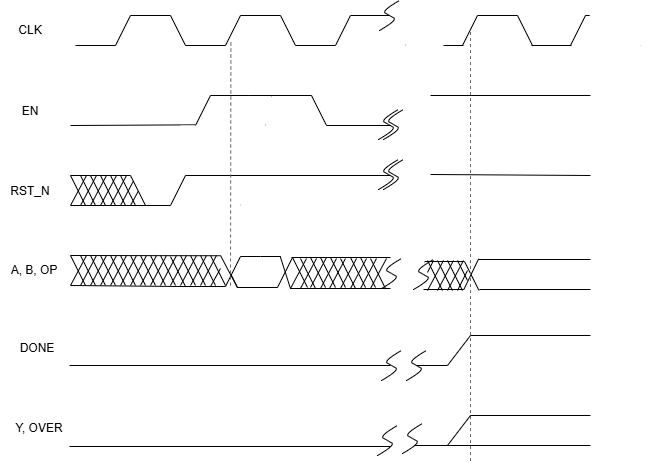
The draw.io diagram Documentation/Diagrams/timing_diagram.png in MF-ECE2028/Project-ALU, before a commit. Source tidied: cells renumbered, new cells last; positions are measured from the earlier drawing's top-left corner, leaving out a move shared by most shapes.
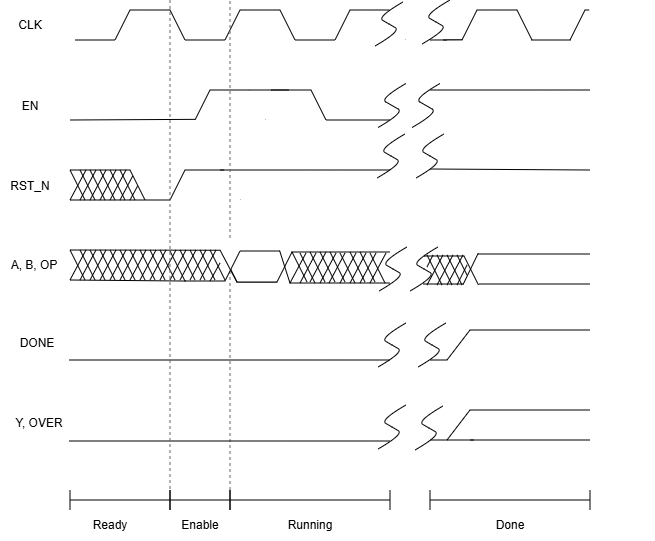
Later version of the same file.

Commit message:
add timing labels

Diff of the diagram source:
```diff
@@ -2,6 +2,33 @@
   <root>
     <mxCell id="0" />
     <mxCell id="1" parent="0" />
+    <mxCell id="67" style="group;rotation=-180;" parent="1" vertex="1">
+      <mxGeometry x="320" y="15" width="100" height="41" as="geometry" />
+    </mxCell>
+    <mxCell id="68" style="group;rotation=-360;" parent="67" vertex="1">
+      <mxGeometry width="100" height="41" as="geometry" />
+    </mxCell>
+    <mxCell id="69" style="shape=trapezoid;perimeter=trapezoidPerimeter;whiteSpace=wrap;html=1;fixedSize=1;rotation=-360;" parent="68" vertex="1">
+      <mxGeometry x="10" width="80" height="40" as="geometry" />
+    </mxCell>
+    <mxCell id="70" style="rounded=0;whiteSpace=wrap;html=1;strokeColor=none;rotation=-360;" parent="68" vertex="1">
+      <mxGeometry y="30" width="100" height="11" as="geometry" />
+    </mxCell>
+    <mxCell id="71" style="endArrow=none;html=1;rounded=0;" parent="68" edge="1">
+      <mxGeometry relative="1" as="geometry">
+        <mxPoint x="123" y="30" as="sourcePoint" />
+        <mxPoint x="143" y="30" as="targetPoint" />
+      </mxGeometry>
+    </mxCell>
+    <mxCell id="72" style="rounded=0;whiteSpace=wrap;html=1;strokeColor=none;rotation=-90;" parent="67" vertex="1">
+      <mxGeometry x="61" y="6" width="32.5" height="16" as="geometry" />
+    </mxCell>
+    <mxCell id="188" style="endArrow=none;html=1;rounded=0;edgeStyle=isometricEdgeStyle;curved=1;" parent="67" edge="1">
+      <mxGeometry relative="1" as="geometry">
+        <mxPoint x="55" y="36" as="sourcePoint" />
+        <mxPoint x="83" y="-8" as="targetPoint" />
+      </mxGeometry>
+    </mxCell>
     <mxCell id="2" style="group;" parent="1" vertex="1">
       <mxGeometry x="397" y="246" width="193" height="65" as="geometry" />
     </mxCell>
@@ -100,6 +127,18 @@
         <mxPoint x="39" y="4" as="targetPoint" />
       </mxGeometry>
     </mxCell>
+    <mxCell id="189" style="endArrow=none;html=1;rounded=0;edgeStyle=isometricEdgeStyle;curved=1;" parent="4" edge="1">
+      <mxGeometry relative="1" as="geometry">
+        <mxPoint x="16" y="40" as="sourcePoint" />
+        <mxPoint x="44" y="-4" as="targetPoint" />
+      </mxGeometry>
+    </mxCell>
+    <mxCell id="190" style="endArrow=none;html=1;rounded=0;edgeStyle=isometricEdgeStyle;curved=1;" parent="4" edge="1">
+      <mxGeometry relative="1" as="geometry">
+        <mxPoint x="-15" y="40" as="sourcePoint" />
+        <mxPoint x="13" y="-4" as="targetPoint" />
+      </mxGeometry>
+    </mxCell>
     <mxCell id="22" style="group;" parent="1" vertex="1">
       <mxGeometry x="210" y="246" width="100" height="51" as="geometry" />
     </mxCell>
@@ -281,33 +320,6 @@
         <mxPoint x="124" y="30" as="targetPoint" />
       </mxGeometry>
     </mxCell>
-    <mxCell id="66" style="endArrow=none;dashed=1;html=1;rounded=0;entryX=0.204;entryY=-0.507;entryDx=0;entryDy=0;entryPerimeter=0;strokeColor=light-dark(#686464, #ededed);" parent="62" edge="1">
-      <mxGeometry relative="1" as="geometry">
-        <mxPoint x="23" y="445.6" as="sourcePoint" />
-        <mxPoint x="23" y="13" as="targetPoint" />
-      </mxGeometry>
-    </mxCell>
-    <mxCell id="67" style="group;rotation=-180;" parent="1" vertex="1">
-      <mxGeometry x="320" y="15" width="100" height="41" as="geometry" />
-    </mxCell>
-    <mxCell id="68" style="group;rotation=-360;" parent="67" vertex="1">
-      <mxGeometry width="100" height="41" as="geometry" />
-    </mxCell>
-    <mxCell id="69" style="shape=trapezoid;perimeter=trapezoidPerimeter;whiteSpace=wrap;html=1;fixedSize=1;rotation=-360;" parent="68" vertex="1">
-      <mxGeometry x="10" width="80" height="40" as="geometry" />
-    </mxCell>
-    <mxCell id="70" style="rounded=0;whiteSpace=wrap;html=1;strokeColor=none;rotation=-360;" parent="68" vertex="1">
-      <mxGeometry y="30" width="100" height="11" as="geometry" />
-    </mxCell>
-    <mxCell id="71" style="endArrow=none;html=1;rounded=0;" parent="68" edge="1">
-      <mxGeometry relative="1" as="geometry">
-        <mxPoint x="123" y="30" as="sourcePoint" />
-        <mxPoint x="143" y="30" as="targetPoint" />
-      </mxGeometry>
-    </mxCell>
-    <mxCell id="72" style="rounded=0;whiteSpace=wrap;html=1;strokeColor=none;rotation=-90;" parent="67" vertex="1">
-      <mxGeometry x="61" y="6" width="32.5" height="16" as="geometry" />
-    </mxCell>
     <mxCell id="73" style="group;" parent="1" vertex="1">
       <mxGeometry x="210" y="15" width="100" height="41" as="geometry" />
     </mxCell>
@@ -344,12 +356,6 @@
         <mxPoint x="115" y="45" as="targetPoint" />
       </mxGeometry>
     </mxCell>
-    <mxCell id="82" style="endArrow=none;html=1;rounded=0;edgeStyle=isometricEdgeStyle;curved=1;" parent="1" edge="1">
-      <mxGeometry relative="1" as="geometry">
-        <mxPoint x="379" y="30" as="sourcePoint" />
-        <mxPoint x="399" as="targetPoint" />
-      </mxGeometry>
-    </mxCell>
     <mxCell id="83" value="CLK" style="text;html=1;whiteSpace=wrap;strokeColor=none;fillColor=none;align=center;verticalAlign=middle;rounded=0;" parent="1" vertex="1">
       <mxGeometry y="15" width="60" height="30" as="geometry" />
     </mxCell>
@@ -379,16 +385,10 @@
         <mxPoint x="109" as="targetPoint" />
       </mxGeometry>
     </mxCell>
-    <mxCell id="91" style="endArrow=none;html=1;rounded=0;edgeStyle=isometricEdgeStyle;curved=1;" parent="1" edge="1">
-      <mxGeometry relative="1" as="geometry">
-        <mxPoint x="378" y="139" as="sourcePoint" />
-        <mxPoint x="398" y="109" as="targetPoint" />
-      </mxGeometry>
-    </mxCell>
     <mxCell id="92" style="endArrow=none;html=1;rounded=0;edgeStyle=isometricEdgeStyle;curved=1;" parent="1" edge="1">
       <mxGeometry relative="1" as="geometry">
-        <mxPoint x="383" y="139" as="sourcePoint" />
-        <mxPoint x="403" y="109" as="targetPoint" />
+        <mxPoint x="412" y="132.5" as="sourcePoint" />
+        <mxPoint x="440" y="88.5" as="targetPoint" />
       </mxGeometry>
     </mxCell>
     <mxCell id="93" style="endArrow=none;html=1;rounded=0;" parent="1" edge="1">
@@ -406,18 +406,6 @@
         <mxPoint x="170" y="205" as="targetPoint" />
       </mxGeometry>
     </mxCell>
-    <mxCell id="96" style="endArrow=none;html=1;rounded=0;edgeStyle=isometricEdgeStyle;curved=1;" parent="1" edge="1">
-      <mxGeometry relative="1" as="geometry">
-        <mxPoint x="378" y="189" as="sourcePoint" />
-        <mxPoint x="398" y="159" as="targetPoint" />
-      </mxGeometry>
-    </mxCell>
-    <mxCell id="97" style="endArrow=none;html=1;rounded=0;edgeStyle=isometricEdgeStyle;curved=1;" parent="1" edge="1">
-      <mxGeometry relative="1" as="geometry">
-        <mxPoint x="383" y="189" as="sourcePoint" />
-        <mxPoint x="403" y="159" as="targetPoint" />
-      </mxGeometry>
-    </mxCell>
     <mxCell id="98" style="endArrow=none;html=1;rounded=0;" parent="1" edge="1">
       <mxGeometry relative="1" as="geometry">
         <mxPoint x="430" y="174" as="sourcePoint" />
@@ -498,6 +486,12 @@
         <mxPoint x="100" y="41" as="targetPoint" />
       </mxGeometry>
     </mxCell>
+    <mxCell id="191" style="endArrow=none;dashed=1;html=1;rounded=0;strokeColor=light-dark(#686464, #ededed);" parent="108" edge="1">
+      <mxGeometry relative="1" as="geometry">
+        <mxPoint x="23" y="249" as="sourcePoint" />
+        <mxPoint x="23" y="-240" as="targetPoint" />
+      </mxGeometry>
+    </mxCell>
     <mxCell id="118" style="shape=trapezoid;perimeter=trapezoidPerimeter;whiteSpace=wrap;html=1;fixedSize=1;rotation=-180;" parent="102" vertex="1">
       <mxGeometry x="10" y="1" width="80" height="40" as="geometry" />
     </mxCell>
@@ -592,18 +586,6 @@
         <mxPoint x="70" y="255" as="sourcePoint" />
       </mxGeometry>
     </mxCell>
-    <mxCell id="135" style="endArrow=none;html=1;rounded=0;edgeStyle=isometricEdgeStyle;curved=1;" parent="1" edge="1">
-      <mxGeometry relative="1" as="geometry">
-        <mxPoint x="381" y="288" as="sourcePoint" />
-        <mxPoint x="401" y="258" as="targetPoint" />
-      </mxGeometry>
-    </mxCell>
-    <mxCell id="136" style="endArrow=none;html=1;rounded=0;edgeStyle=isometricEdgeStyle;curved=1;" parent="1" edge="1">
-      <mxGeometry relative="1" as="geometry">
-        <mxPoint x="413" y="289" as="sourcePoint" />
-        <mxPoint x="433" y="259" as="targetPoint" />
-      </mxGeometry>
-    </mxCell>
     <mxCell id="137" value="A, B, OP" style="text;html=1;whiteSpace=wrap;strokeColor=none;fillColor=none;align=center;verticalAlign=middle;rounded=0;" parent="1" vertex="1">
       <mxGeometry x="4" y="255" width="60" height="30" as="geometry" />
     </mxCell>
@@ -817,18 +799,6 @@
         <mxPoint x="390" y="365" as="targetPoint" />
       </mxGeometry>
     </mxCell>
-    <mxCell id="173" style="endArrow=none;html=1;rounded=0;edgeStyle=isometricEdgeStyle;curved=1;" parent="1" edge="1">
-      <mxGeometry relative="1" as="geometry">
-        <mxPoint x="381" y="380" as="sourcePoint" />
-        <mxPoint x="401" y="350" as="targetPoint" />
-      </mxGeometry>
-    </mxCell>
-    <mxCell id="174" style="endArrow=none;html=1;rounded=0;edgeStyle=isometricEdgeStyle;curved=1;" parent="1" edge="1">
-      <mxGeometry relative="1" as="geometry">
-        <mxPoint x="406" y="380" as="sourcePoint" />
-        <mxPoint x="426" y="350" as="targetPoint" />
-      </mxGeometry>
-    </mxCell>
     <mxCell id="175" style="endArrow=none;html=1;rounded=0;" parent="1" edge="1">
       <mxGeometry relative="1" as="geometry">
         <mxPoint x="447" y="365" as="sourcePoint" />
@@ -847,24 +817,12 @@
         <mxPoint x="390" y="446" as="targetPoint" />
       </mxGeometry>
     </mxCell>
-    <mxCell id="178" style="endArrow=none;html=1;rounded=0;edgeStyle=isometricEdgeStyle;curved=1;" parent="1" edge="1">
-      <mxGeometry relative="1" as="geometry">
-        <mxPoint x="377" y="455" as="sourcePoint" />
-        <mxPoint x="397" y="425" as="targetPoint" />
-      </mxGeometry>
-    </mxCell>
     <mxCell id="179" value="DONE" style="text;html=1;whiteSpace=wrap;strokeColor=none;fillColor=none;align=center;verticalAlign=middle;rounded=0;" parent="1" vertex="1">
       <mxGeometry x="7" y="333" width="60" height="30" as="geometry" />
     </mxCell>
     <mxCell id="180" value="Y, OVER" style="text;html=1;whiteSpace=wrap;strokeColor=none;fillColor=none;align=center;verticalAlign=middle;rounded=0;" parent="1" vertex="1">
       <mxGeometry x="9" y="413" width="60" height="30" as="geometry" />
     </mxCell>
-    <mxCell id="181" style="endArrow=none;html=1;rounded=0;edgeStyle=isometricEdgeStyle;curved=1;" parent="1" edge="1">
-      <mxGeometry relative="1" as="geometry">
-        <mxPoint x="402" y="453" as="sourcePoint" />
-        <mxPoint x="422" y="423" as="targetPoint" />
-      </mxGeometry>
-    </mxCell>
     <mxCell id="182" style="endArrow=none;html=1;rounded=0;" parent="1" edge="1">
       <mxGeometry relative="1" as="geometry">
         <mxPoint x="447" y="445" as="sourcePoint" />
@@ -879,7 +837,7 @@
     </mxCell>
     <mxCell id="184" style="endArrow=none;html=1;rounded=0;" parent="1" edge="1">
       <mxGeometry relative="1" as="geometry">
-        <mxPoint x="414" y="445" as="sourcePoint" />
+        <mxPoint x="430" y="445" as="sourcePoint" />
         <mxPoint x="474" y="445" as="targetPoint" />
       </mxGeometry>
     </mxCell>
@@ -889,16 +847,94 @@
         <mxPoint x="590" y="445" as="targetPoint" />
       </mxGeometry>
     </mxCell>
-    <mxCell id="186" style="endArrow=none;dashed=1;html=1;rounded=0;entryX=0.204;entryY=-0.507;entryDx=0;entryDy=0;entryPerimeter=0;strokeColor=light-dark(#686464, #ededed);" parent="1" edge="1" target="75">
+    <mxCell id="186" style="endArrow=none;dashed=1;html=1;rounded=0;strokeColor=light-dark(#686464, #ededed);" parent="1" edge="1">
       <mxGeometry relative="1" as="geometry">
-        <mxPoint x="230" y="285" as="sourcePoint" />
+        <mxPoint x="170" y="494" as="sourcePoint" />
+        <mxPoint x="170" y="5" as="targetPoint" />
       </mxGeometry>
     </mxCell>
     <mxCell id="187" style="endArrow=none;html=1;rounded=0;" parent="1" edge="1">
       <mxGeometry relative="1" as="geometry">
-        <mxPoint x="416" y="365" as="sourcePoint" />
+        <mxPoint x="430" y="365" as="sourcePoint" />
         <mxPoint x="447" y="365" as="targetPoint" />
       </mxGeometry>
     </mxCell>
+    <mxCell id="192" style="endArrow=none;html=1;rounded=0;edgeStyle=isometricEdgeStyle;curved=1;" parent="1" edge="1">
+      <mxGeometry relative="1" as="geometry">
+        <mxPoint x="378" y="132.5" as="sourcePoint" />
+        <mxPoint x="406" y="88.5" as="targetPoint" />
+      </mxGeometry>
+    </mxCell>
+    <mxCell id="193" style="endArrow=none;html=1;rounded=0;edgeStyle=isometricEdgeStyle;curved=1;" parent="1" edge="1">
+      <mxGeometry relative="1" as="geometry">
+        <mxPoint x="418" y="372" as="sourcePoint" />
+        <mxPoint x="446" y="328" as="targetPoint" />
+      </mxGeometry>
+    </mxCell>
+    <mxCell id="194" style="endArrow=none;html=1;rounded=0;edgeStyle=isometricEdgeStyle;curved=1;" parent="1" edge="1">
+      <mxGeometry relative="1" as="geometry">
+        <mxPoint x="378" y="372" as="sourcePoint" />
+        <mxPoint x="406" y="328" as="targetPoint" />
+      </mxGeometry>
+    </mxCell>
+    <mxCell id="195" style="endArrow=none;html=1;rounded=0;edgeStyle=isometricEdgeStyle;curved=1;" parent="1" edge="1">
+      <mxGeometry relative="1" as="geometry">
+        <mxPoint x="378" y="454" as="sourcePoint" />
+        <mxPoint x="406" y="410" as="targetPoint" />
+      </mxGeometry>
+    </mxCell>
+    <mxCell id="196" style="endArrow=none;html=1;rounded=0;edgeStyle=isometricEdgeStyle;curved=1;" parent="1" edge="1">
+      <mxGeometry relative="1" as="geometry">
+        <mxPoint x="415" y="455" as="sourcePoint" />
+        <mxPoint x="443" y="411" as="targetPoint" />
+      </mxGeometry>
+    </mxCell>
+    <mxCell id="197" style="endArrow=none;html=1;rounded=0;edgeStyle=isometricEdgeStyle;curved=1;" parent="1" edge="1">
+      <mxGeometry relative="1" as="geometry">
+        <mxPoint x="416" y="183" as="sourcePoint" />
+        <mxPoint x="444" y="139" as="targetPoint" />
+      </mxGeometry>
+    </mxCell>
+    <mxCell id="198" style="endArrow=none;html=1;rounded=0;edgeStyle=isometricEdgeStyle;curved=1;" parent="1" edge="1">
+      <mxGeometry relative="1" as="geometry">
+        <mxPoint x="377" y="183" as="sourcePoint" />
+        <mxPoint x="405" y="139" as="targetPoint" />
+      </mxGeometry>
+    </mxCell>
+    <mxCell id="199" style="endArrow=none;html=1;rounded=0;edgeStyle=isometricEdgeStyle;curved=1;" parent="1" edge="1">
+      <mxGeometry relative="1" as="geometry">
+        <mxPoint x="422" y="49" as="sourcePoint" />
+        <mxPoint x="450" y="5" as="targetPoint" />
+      </mxGeometry>
+    </mxCell>
+    <mxCell id="200" style="endArrow=none;html=1;rounded=0;entryX=0.155;entryY=-0.009;entryDx=0;entryDy=0;entryPerimeter=0;" parent="1" edge="1" target="64">
+      <mxGeometry relative="1" as="geometry">
+        <mxPoint x="430" y="45" as="sourcePoint" />
+      </mxGeometry>
+    </mxCell>
+    <mxCell id="201" style="shape=crossbar;whiteSpace=wrap;html=1;rounded=1;" parent="1" vertex="1">
+      <mxGeometry x="70" y="495" width="100" height="20" as="geometry" />
+    </mxCell>
+    <mxCell id="202" style="shape=crossbar;whiteSpace=wrap;html=1;rounded=1;" parent="1" vertex="1">
+      <mxGeometry x="170" y="495" width="60" height="20" as="geometry" />
+    </mxCell>
+    <mxCell id="203" style="shape=crossbar;whiteSpace=wrap;html=1;rounded=1;" parent="1" vertex="1">
+      <mxGeometry x="230" y="495" width="160" height="20" as="geometry" />
+    </mxCell>
+    <mxCell id="204" style="shape=crossbar;whiteSpace=wrap;html=1;rounded=1;" parent="1" vertex="1">
+      <mxGeometry x="430" y="495" width="160" height="20" as="geometry" />
+    </mxCell>
+    <mxCell id="205" value="Ready" style="text;html=1;whiteSpace=wrap;strokeColor=none;fillColor=none;align=center;verticalAlign=middle;rounded=0;" parent="1" vertex="1">
+      <mxGeometry x="80" y="515" width="60" height="30" as="geometry" />
+    </mxCell>
+    <mxCell id="206" value="Enable" style="text;html=1;whiteSpace=wrap;strokeColor=none;fillColor=none;align=center;verticalAlign=middle;rounded=0;" parent="1" vertex="1">
+      <mxGeometry x="170" y="515" width="60" height="30" as="geometry" />
+    </mxCell>
+    <mxCell id="207" value="Running" style="text;html=1;whiteSpace=wrap;strokeColor=none;fillColor=none;align=center;verticalAlign=middle;rounded=0;" parent="1" vertex="1">
+      <mxGeometry x="275" y="515" width="70" height="30" as="geometry" />
+    </mxCell>
+    <mxCell id="208" value="Done" style="text;html=1;whiteSpace=wrap;strokeColor=none;fillColor=none;align=center;verticalAlign=middle;rounded=0;" parent="1" vertex="1">
+      <mxGeometry x="485" y="515" width="50" height="30" as="geometry" />
+    </mxCell>
   </root>
 </mxGraphModel>
```
